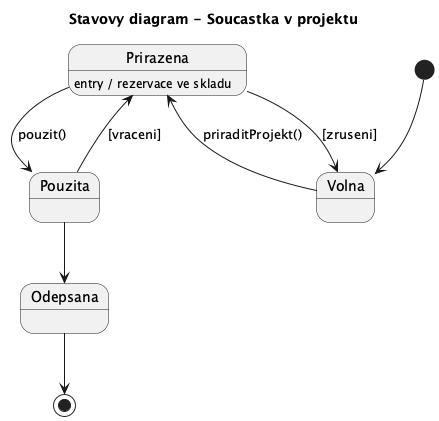
Above: docs/images/10_state_soucastka_projekt.png in lkvapil/wms-elektronicke-soucastky (PlantUML), before the change.
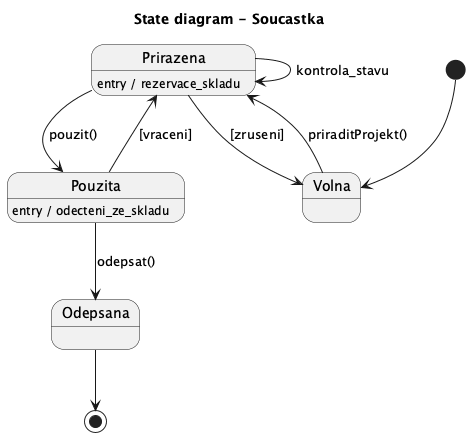
After the change.

The edit, as a diff of the source:
```diff
@@ -1,17 +1,21 @@
 @startuml
-title Stavovy diagram - Soucastka v projektu
+title State diagram - Soucastka
 
 [*] --> Volna
 
 Volna --> Prirazena : priraditProjekt()
+
+Prirazena : entry / rezervace_skladu
+Prirazena --> Prirazena : kontrola_stavu
+
 Prirazena --> Pouzita : pouzit()
-Pouzita --> Odepsana
+
+Pouzita : entry / odecteni_ze_skladu
+Pouzita --> Odepsana : odepsat()
 
 Prirazena --> Volna : [zruseni]
 Pouzita --> Prirazena : [vraceni]
 
-Prirazena : entry / rezervace ve skladu
-
 Odepsana --> [*]
 
 @enduml
```
